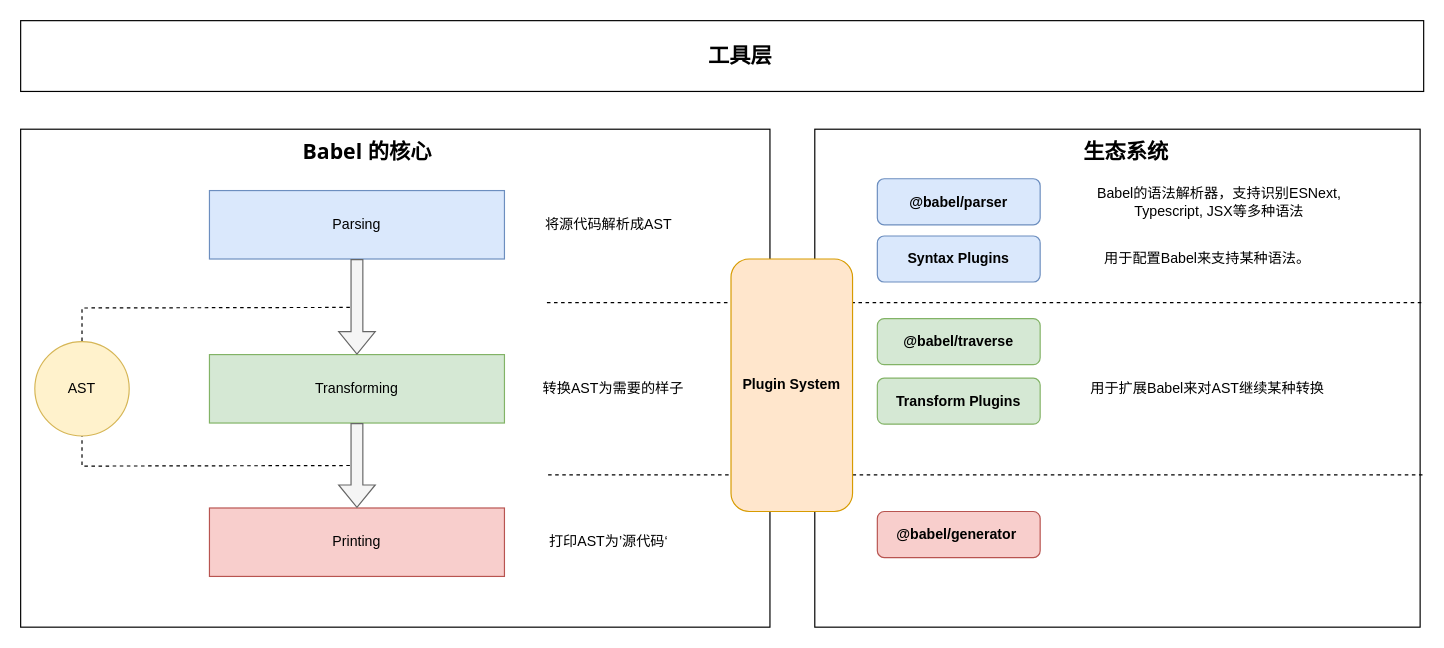
Before: page "arch" (1 of 6) of source/_drawio/babel.drawio in ivan-94/bobi.ink, a draw.io diagram. Source tidied: cells renumbered, new cells numbered last; positions are measured from the earlier drawing's top-left corner, leaving out a move shared by most shapes. Both pictures are drawn from the tidied source at 118%, with x=0, y=0 at pixel (20, 20).
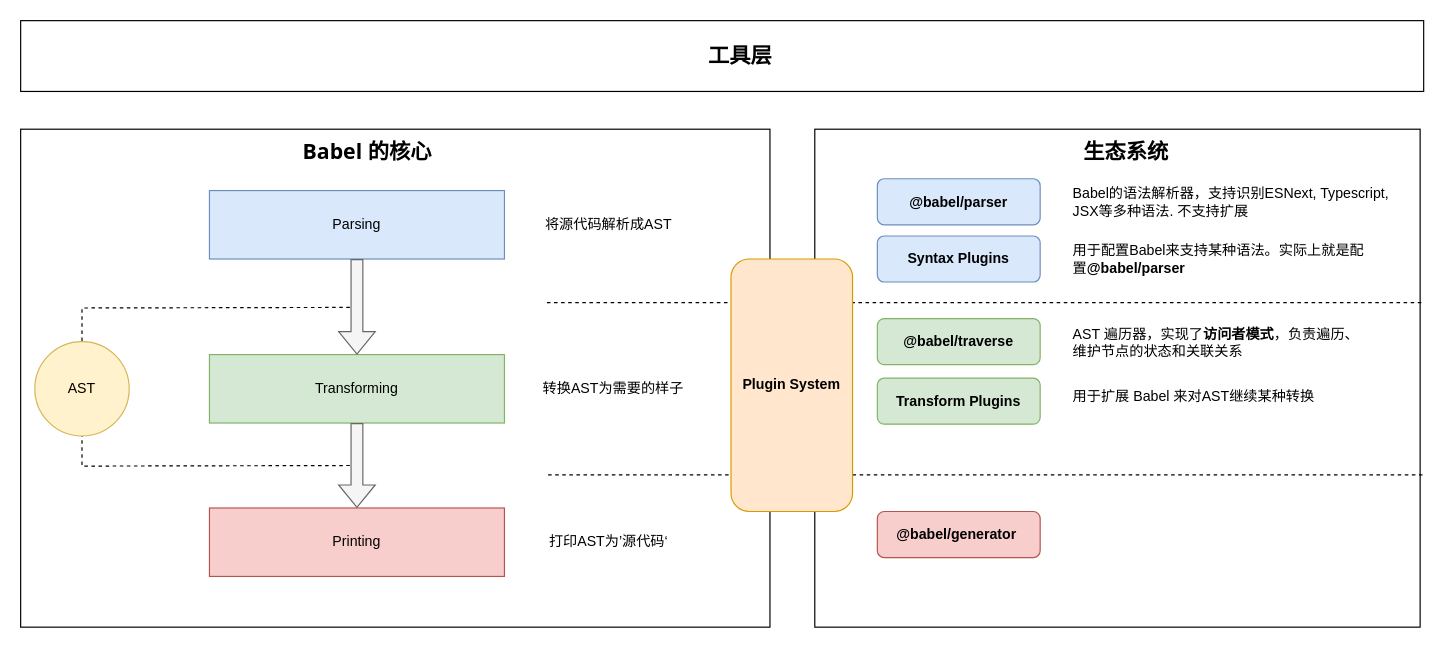
Above is the later version.

Change to the diagram source:
```diff
@@
-    <mxCell id="22" value="用于配置Babel来支持某种语法。" style="text;html=1;strokeColor=none;fillColor=none;align=center;verticalAlign=middle;whiteSpace=wrap;rounded=0;" parent="1" vertex="1">
-      <mxGeometry x="880" y="192" width="252" height="20" as="geometry" />
+    <mxCell id="22" value="用于配置Babel来支持某种语法。实际上就是配置&lt;b&gt;@babel/parser&lt;/b&gt;" style="text;html=1;strokeColor=none;fillColor=none;align=left;verticalAlign=middle;whiteSpace=wrap;rounded=0;" parent="1" vertex="1">
+      <mxGeometry x="890" y="192" width="252" height="20" as="geometry" />
     </mxCell>
@@
-    <mxCell id="24" value="用于扩展Babel来对AST继续某种转换" style="text;html=1;strokeColor=none;fillColor=none;align=center;verticalAlign=middle;whiteSpace=wrap;rounded=0;" parent="1" vertex="1">
-      <mxGeometry x="880" y="302" width="252" height="20" as="geometry" />
+    <mxCell id="24" value="用于扩展 Babel 来对AST继续某种转换" style="text;html=1;strokeColor=none;fillColor=none;align=left;verticalAlign=middle;whiteSpace=wrap;rounded=0;" parent="1" vertex="1">
+      <mxGeometry x="890" y="309" width="252" height="20" as="geometry" />
     </mxCell>
@@
-    <mxCell id="26" value="Babel的语法解析器，支持识别ESNext, Typescript, JSX等多种语法" style="text;html=1;strokeColor=none;fillColor=none;align=center;verticalAlign=middle;whiteSpace=wrap;rounded=0;" parent="1" vertex="1">
-      <mxGeometry x="890" y="144" width="252" height="20" as="geometry" />
+    <mxCell id="26" value="Babel的语法解析器，支持识别ESNext, Typescript, JSX等多种语法. 不支持扩展" style="text;html=1;strokeColor=none;fillColor=none;align=left;verticalAlign=middle;whiteSpace=wrap;rounded=0;" parent="1" vertex="1">
+      <mxGeometry x="890" y="144" width="273" height="20" as="geometry" />
     </mxCell>
@@
+    <mxCell id="31" value="AST 遍历器，实现了&lt;b&gt;访问者模式&lt;/b&gt;，负责遍历、维护节点的状态和关联关系" style="text;html=1;strokeColor=none;fillColor=none;align=left;verticalAlign=middle;whiteSpace=wrap;rounded=0;" parent="1" vertex="1">
+      <mxGeometry x="890" y="263" width="252" height="20" as="geometry" />
+    </mxCell>
```
